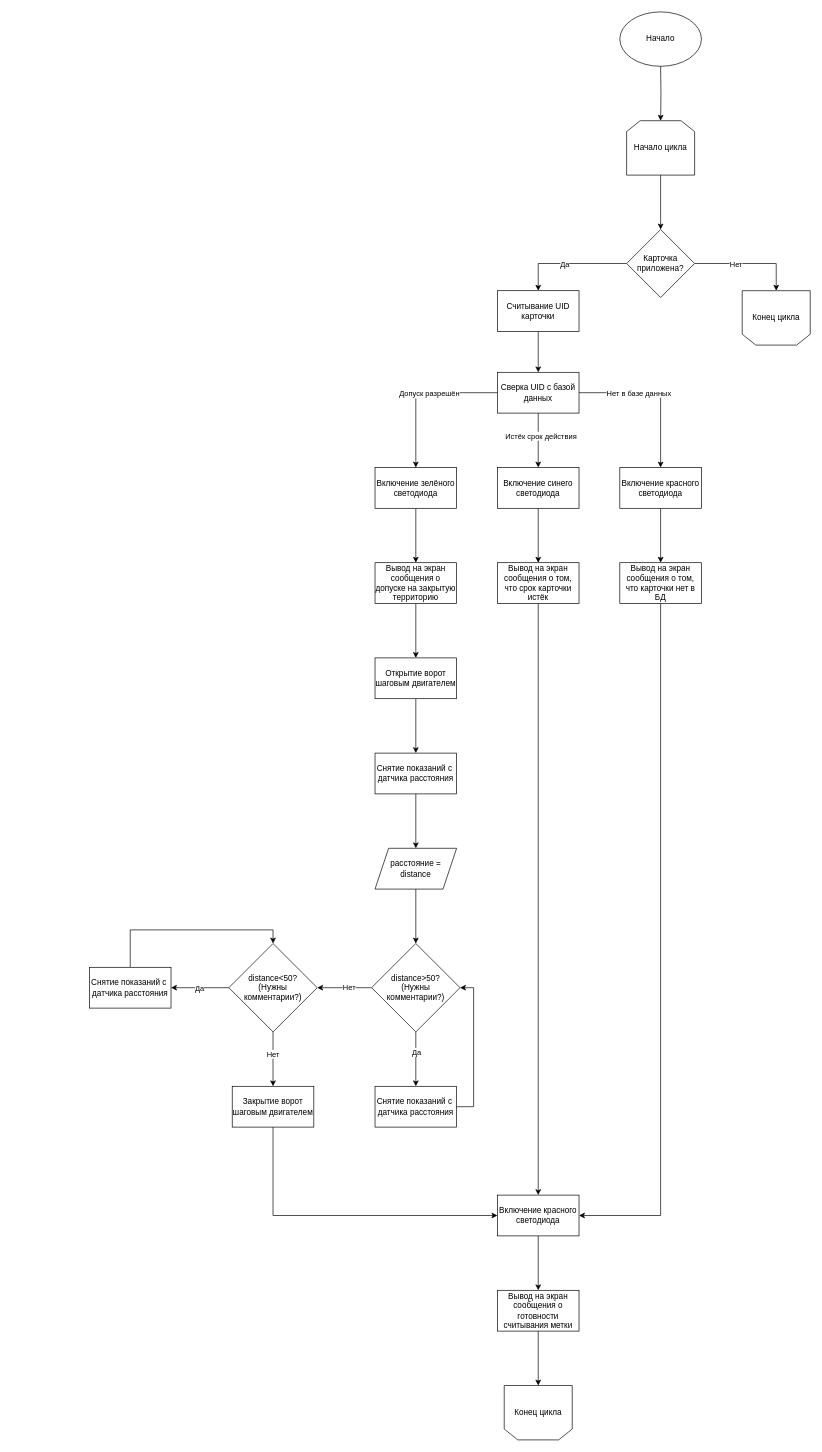
Before: Документация/Алгоритм работы разработанного программного обеспечения(ворота).drawio in Artepi2349/RFID, a draw.io diagram. Source tidied: cells renumbered, new cells numbered last; positions are measured from the earlier drawing's top-left corner, leaving out a move shared by most shapes. Both pictures are drawn from the tidied source at 68%, with x=0, y=0 at pixel (89, 12).
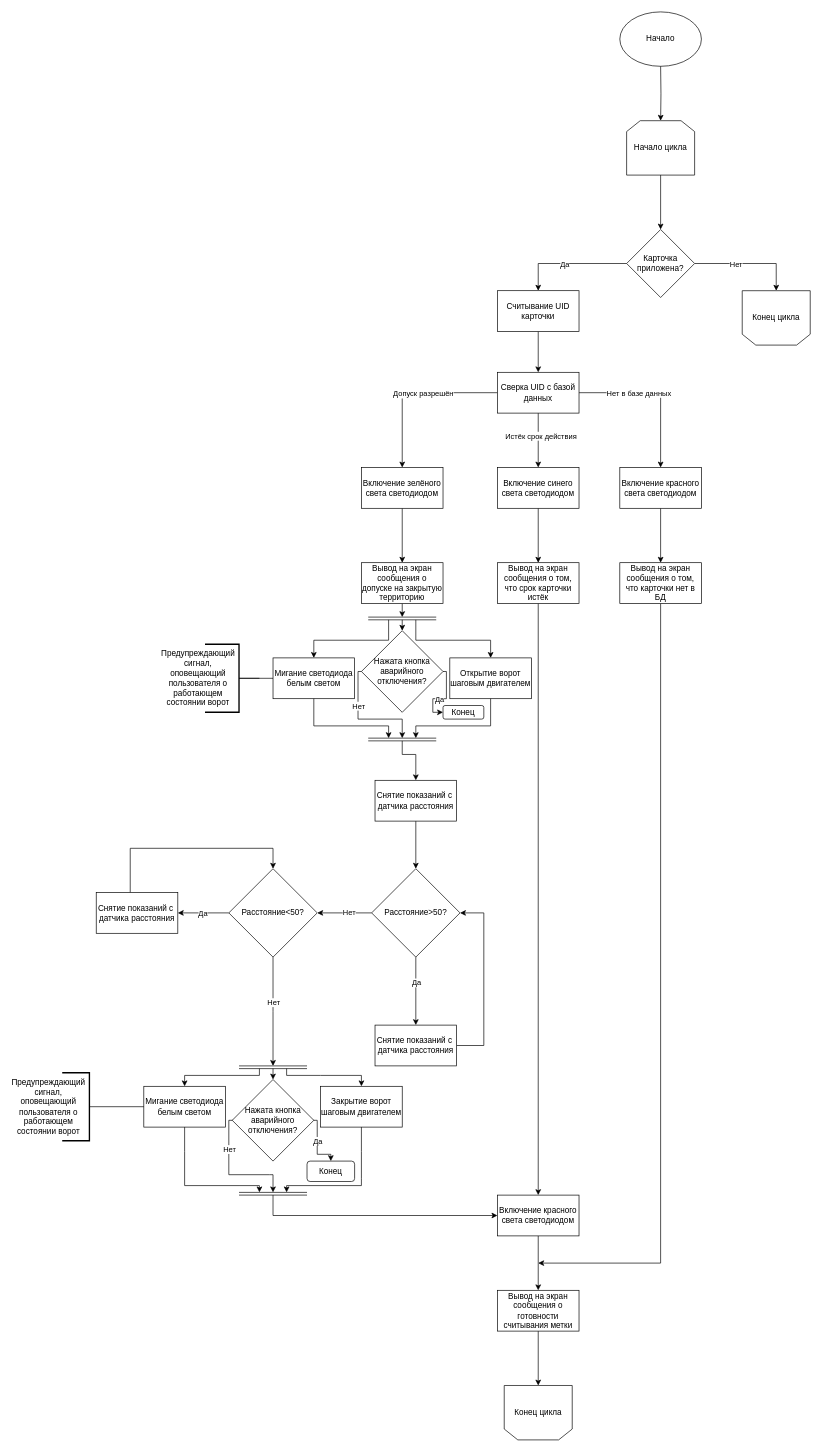
Above is the later version.

Unchanged cells that the change refers to:
```xml
<mxCell id="22" value="Вывод на экран сообщения о том, что карточки нет в БД" style="rounded=0;whiteSpace=wrap;html=1;" parent="1" vertex="1">
  <mxGeometry x="780" y="810" width="120" height="60" as="geometry" />
</mxCell>
```

What changed in the source:
```diff
@@
-    <mxCell id="21" style="edgeStyle=orthogonalEdgeStyle;rounded=0;jettySize=auto;html=1;entryX=1;entryY=0.5;entryDx=0;entryDy=0;" parent="1" edge="1" source="22" target="56">
+    <mxCell id="21" style="edgeStyle=orthogonalEdgeStyle;rounded=0;jettySize=auto;html=1;exitX=0.5;exitY=1;exitDx=0;exitDy=0;" parent="1" edge="1" source="22">
       <mxGeometry relative="1" as="geometry">
+        <mxPoint x="660" y="1840" as="targetPoint" />
         <Array as="points">
-          <mxPoint x="840" y="1770" />
+          <mxPoint x="840" y="1840" />
         </Array>
       </mxGeometry>
     </mxCell>
@@
-    <mxCell id="25" style="edgeStyle=orthogonalEdgeStyle;rounded=0;jettySize=auto;html=1;entryX=0.5;entryY=0;entryDx=0;entryDy=0;" parent="1" edge="1" source="26" target="34">
-      <mxGeometry relative="1" as="geometry" />
-    </mxCell>
+    <mxCell id="60" style="edgeStyle=orthogonalEdgeStyle;rounded=0;jettySize=auto;html=1;" parent="1" edge="1" source="26">
+      <mxGeometry relative="1" as="geometry">
+        <mxPoint x="460" y="890" as="targetPoint" />
+      </mxGeometry>
+    </mxCell>
     <mxCell id="26" value="Вывод на экран сообщения о допуске на закрытую территорию" style="rounded=0;whiteSpace=wrap;html=1;" parent="1" vertex="1">
-      <mxGeometry x="420" y="810" width="120" height="60" as="geometry" />
+      <mxGeometry x="400" y="810" width="120" height="60" as="geometry" />
     </mxCell>
@@
-    <mxCell id="28" value="Включение зелёного светодиода" style="rounded=0;whiteSpace=wrap;html=1;" parent="1" vertex="1">
-      <mxGeometry x="420" y="670" width="120" height="60" as="geometry" />
+    <mxCell id="28" value="Включение зелёного света светодиодом" style="rounded=0;whiteSpace=wrap;html=1;" parent="1" vertex="1">
+      <mxGeometry x="400" y="670" width="120" height="60" as="geometry" />
     </mxCell>
@@
-    <mxCell id="30" value="Включение красного светодиода" style="rounded=0;whiteSpace=wrap;html=1;" parent="1" vertex="1">
+    <mxCell id="30" value="Включение красного света светодиодом" style="rounded=0;whiteSpace=wrap;html=1;" parent="1" vertex="1">
       <mxGeometry x="780" y="670" width="120" height="60" as="geometry" />
     </mxCell>
@@
-    <mxCell id="32" value="Включение синего светодиода" style="rounded=0;whiteSpace=wrap;html=1;" parent="1" vertex="1">
+    <mxCell id="32" value="Включение синего света светодиодом" style="rounded=0;whiteSpace=wrap;html=1;" parent="1" vertex="1">
       <mxGeometry x="600" y="670" width="120" height="60" as="geometry" />
     </mxCell>
-    <mxCell id="33" style="edgeStyle=orthogonalEdgeStyle;rounded=0;jettySize=auto;html=1;entryX=0.5;entryY=0;entryDx=0;entryDy=0;" parent="1" edge="1" source="34" target="36">
-      <mxGeometry relative="1" as="geometry" />
-    </mxCell>
     <mxCell id="34" value="Открытие ворот шаговым двигателем" style="rounded=0;whiteSpace=wrap;html=1;" parent="1" vertex="1">
-      <mxGeometry x="420" y="950" width="120" height="60" as="geometry" />
+      <mxGeometry x="530" y="950" width="120" height="60" as="geometry" />
     </mxCell>
-    <mxCell id="35" style="edgeStyle=orthogonalEdgeStyle;rounded=0;jettySize=auto;html=1;entryX=0.5;entryY=0;entryDx=0;entryDy=0;" parent="1" edge="1" source="36" target="38">
-      <mxGeometry relative="1" as="geometry" />
-    </mxCell>
+    <mxCell id="61" style="edgeStyle=orthogonalEdgeStyle;rounded=0;jettySize=auto;html=1;" parent="1" edge="1" source="36" target="43">
+      <mxGeometry relative="1" as="geometry" />
+    </mxCell>
     <mxCell id="36" value="Снятие показаний с&amp;nbsp; датчика расстояния" style="rounded=0;whiteSpace=wrap;html=1;" parent="1" vertex="1">
-      <mxGeometry x="420" y="1090" width="120" height="60" as="geometry" />
+      <mxGeometry x="420" y="1130" width="120" height="60" as="geometry" />
     </mxCell>
-    <mxCell id="37" style="edgeStyle=orthogonalEdgeStyle;rounded=0;jettySize=auto;html=1;entryX=0.5;entryY=0;entryDx=0;entryDy=0;" parent="1" edge="1" source="38" target="43">
-      <mxGeometry relative="1" as="geometry" />
-    </mxCell>
-    <mxCell id="38" value="расстояние = distance" style="shape=parallelogram;perimeter=parallelogramPerimeter;whiteSpace=wrap;html=1;fixedSize=1;" parent="1" vertex="1">
-      <mxGeometry x="420" y="1230" width="120" height="60" as="geometry" />
-    </mxCell>
@@
-    <mxCell id="41" style="edgeStyle=orthogonalEdgeStyle;rounded=0;jettySize=auto;html=1;" parent="1" edge="1" source="43" target="50">
+    <mxCell id="41" style="edgeStyle=orthogonalEdgeStyle;rounded=0;jettySize=auto;html=1;exitX=0;exitY=0.5;exitDx=0;exitDy=0;entryX=1;entryY=0.5;entryDx=0;entryDy=0;" parent="1" edge="1" source="43" target="50">
       <mxGeometry relative="1" as="geometry">
         <Array as="points">
-          <mxPoint x="380" y="1435" />
-          <mxPoint x="380" y="1435" />
+          <mxPoint x="370" y="1325" />
+          <mxPoint x="370" y="1325" />
         </Array>
       </mxGeometry>
     </mxCell>
@@
-    <mxCell id="43" value="distance&amp;gt;50?&lt;div&gt;(Нужны комментарии?)&lt;/div&gt;" style="rhombus;whiteSpace=wrap;html=1;" parent="1" vertex="1">
-      <mxGeometry x="415" y="1370" width="130" height="130" as="geometry" />
+    <mxCell id="43" value="Расстояние&amp;gt;50?" style="rhombus;whiteSpace=wrap;html=1;" parent="1" vertex="1">
+      <mxGeometry x="415" y="1260" width="130" height="130" as="geometry" />
     </mxCell>
-    <mxCell id="44" style="edgeStyle=orthogonalEdgeStyle;rounded=0;jettySize=auto;html=1;entryX=1;entryY=0.5;entryDx=0;entryDy=0;" parent="1" edge="1" source="45" target="43">
+    <mxCell id="44" style="edgeStyle=orthogonalEdgeStyle;rounded=0;jettySize=auto;html=1;entryX=1;entryY=0.5;entryDx=0;entryDy=0;exitX=1;exitY=0.5;exitDx=0;exitDy=0;" parent="1" edge="1" source="45" target="43">
       <mxGeometry relative="1" as="geometry">
         <Array as="points">
-          <mxPoint x="565" y="1610" />
-          <mxPoint x="565" y="1435" />
+          <mxPoint x="580" y="1520" />
+          <mxPoint x="580" y="1325" />
         </Array>
       </mxGeometry>
     </mxCell>
     <mxCell id="45" value="Снятие показаний с&amp;nbsp; датчика расстояния" style="rounded=0;whiteSpace=wrap;html=1;" parent="1" vertex="1">
-      <mxGeometry x="420" y="1580" width="120" height="60" as="geometry" />
+      <mxGeometry x="420" y="1490" width="120" height="60" as="geometry" />
     </mxCell>
@@
-    <mxCell id="48" style="edgeStyle=orthogonalEdgeStyle;rounded=0;jettySize=auto;html=1;" parent="1" edge="1" source="50" target="54">
-      <mxGeometry relative="1" as="geometry" />
-    </mxCell>
-    <mxCell id="49" value="Нет" style="edgeLabel;html=1;align=center;verticalAlign=middle;" parent="48" vertex="1">
-      <mxGeometry x="-0.19" y="-1" relative="1" as="geometry" />
-    </mxCell>
+    <mxCell id="62" style="edgeStyle=orthogonalEdgeStyle;rounded=0;jettySize=auto;html=1;" parent="1" edge="1" source="50">
+      <mxGeometry relative="1" as="geometry">
+        <mxPoint x="270" y="1550" as="targetPoint" />
+      </mxGeometry>
+    </mxCell>
+    <mxCell id="63" value="Нет" style="edgeLabel;html=1;align=center;verticalAlign=middle;" parent="62" vertex="1">
+      <mxGeometry x="-0.18" relative="1" as="geometry" />
+    </mxCell>
-    <mxCell id="50" value="distance&amp;lt;50?&lt;div&gt;(Нужны комментарии?)&lt;/div&gt;" style="rhombus;whiteSpace=wrap;html=1;" parent="1" vertex="1">
-      <mxGeometry x="205" y="1370" width="130" height="130" as="geometry" />
+    <mxCell id="50" value="Расстояние&amp;lt;50?" style="rhombus;whiteSpace=wrap;html=1;" parent="1" vertex="1">
+      <mxGeometry x="205" y="1260" width="130" height="130" as="geometry" />
     </mxCell>
     <mxCell id="51" style="edgeStyle=orthogonalEdgeStyle;rounded=0;jettySize=auto;html=1;entryX=0.5;entryY=0;entryDx=0;entryDy=0;" parent="1" edge="1" source="52" target="50">
       <mxGeometry relative="1" as="geometry">
         <Array as="points">
-          <mxPoint x="60" y="1350" />
-          <mxPoint x="270" y="1350" />
+          <mxPoint x="60" y="1230" />
+          <mxPoint x="270" y="1230" />
         </Array>
       </mxGeometry>
     </mxCell>
     <mxCell id="52" value="Снятие показаний с&amp;nbsp; датчика расстояния" style="whiteSpace=wrap;html=1;" parent="1" vertex="1">
-      <mxGeometry y="1405" width="120" height="60" as="geometry" />
+      <mxGeometry x="10" y="1295" width="120" height="60" as="geometry" />
     </mxCell>
-    <mxCell id="53" style="edgeStyle=orthogonalEdgeStyle;rounded=0;jettySize=auto;html=1;entryX=0;entryY=0.5;entryDx=0;entryDy=0;" parent="1" edge="1" source="54" target="56">
-      <mxGeometry relative="1" as="geometry">
-        <Array as="points">
-          <mxPoint x="270" y="1770" />
-        </Array>
-      </mxGeometry>
-    </mxCell>
     <mxCell id="54" value="Закрытие ворот шаговым двигателем" style="rounded=0;whiteSpace=wrap;html=1;" parent="1" vertex="1">
-      <mxGeometry x="210" y="1580" width="120" height="60" as="geometry" />
+      <mxGeometry x="340" y="1580" width="120" height="60" as="geometry" />
     </mxCell>
@@
-    <mxCell id="56" value="Включение красного светодиода" style="rounded=0;whiteSpace=wrap;html=1;" parent="1" vertex="1">
+    <mxCell id="56" value="Включение красного света светодиодом" style="rounded=0;whiteSpace=wrap;html=1;" parent="1" vertex="1">
       <mxGeometry x="600" y="1740" width="120" height="60" as="geometry" />
     </mxCell>
@@
+    <mxCell id="64" value="Мигание светодиода белым светом" style="rounded=0;whiteSpace=wrap;html=1;" parent="1" vertex="1">
+      <mxGeometry x="270" y="950" width="120" height="60" as="geometry" />
+    </mxCell>
+    <mxCell id="65" style="endArrow=classic;html=1;rounded=0;entryX=0.5;entryY=0;entryDx=0;entryDy=0;" parent="1" edge="1" target="64">
+      <mxGeometry relative="1" as="geometry">
+        <mxPoint x="440" y="894" as="sourcePoint" />
+        <Array as="points">
+          <mxPoint x="440" y="924" />
+          <mxPoint x="330" y="924" />
+        </Array>
+      </mxGeometry>
+    </mxCell>
+    <mxCell id="66" style="endArrow=classic;html=1;rounded=0;entryX=0.5;entryY=0;entryDx=0;entryDy=0;" parent="1" edge="1" target="34">
+      <mxGeometry relative="1" as="geometry">
+        <mxPoint x="480" y="894" as="sourcePoint" />
+        <Array as="points">
+          <mxPoint x="480" y="924" />
+          <mxPoint x="590" y="924" />
+        </Array>
+      </mxGeometry>
+    </mxCell>
+    <mxCell id="67" style="endArrow=classic;html=1;rounded=0;" parent="1" edge="1">
+      <mxGeometry relative="1" as="geometry">
+        <mxPoint x="460" y="1072" as="sourcePoint" />
+        <mxPoint x="480" y="1130" as="targetPoint" />
+        <Array as="points">
+          <mxPoint x="460" y="1092" />
+          <mxPoint x="470" y="1092" />
+          <mxPoint x="480" y="1092" />
+        </Array>
+      </mxGeometry>
+    </mxCell>
+    <mxCell id="68" value="Предупреждающий сигнал, оповещающий пользователя о работающем состоянии ворот" style="text;html=1;align=center;verticalAlign=middle;whiteSpace=wrap;rounded=0;" parent="1" vertex="1">
+      <mxGeometry x="130" y="965" width="60" height="30" as="geometry" />
+    </mxCell>
+    <mxCell id="69" value="Мигание светодиода белым светом" style="rounded=0;whiteSpace=wrap;html=1;" parent="1" vertex="1">
+      <mxGeometry x="80" y="1580" width="120" height="60" as="geometry" />
+    </mxCell>
+    <mxCell id="70" style="endArrow=classic;html=1;rounded=0;entryX=0.5;entryY=0;entryDx=0;entryDy=0;" parent="1" edge="1" target="69">
+      <mxGeometry relative="1" as="geometry">
+        <mxPoint x="250" y="1554" as="sourcePoint" />
+        <Array as="points">
+          <mxPoint x="250" y="1564" />
+          <mxPoint x="140" y="1564" />
+        </Array>
+      </mxGeometry>
+    </mxCell>
+    <mxCell id="71" style="endArrow=classic;html=1;rounded=0;entryX=0.5;entryY=0;entryDx=0;entryDy=0;" parent="1" edge="1" target="54">
+      <mxGeometry relative="1" as="geometry">
+        <mxPoint x="290" y="1554" as="sourcePoint" />
+        <Array as="points">
+          <mxPoint x="290" y="1564" />
+          <mxPoint x="340" y="1564" />
+          <mxPoint x="400" y="1564" />
+        </Array>
+      </mxGeometry>
+    </mxCell>
+    <mxCell id="72" value="Предупреждающий сигнал, оповещающий пользователя о работающем состоянии ворот" style="text;html=1;align=center;verticalAlign=middle;whiteSpace=wrap;rounded=0;" parent="1" vertex="1">
+      <mxGeometry x="-90" y="1595" width="60" height="30" as="geometry" />
+    </mxCell>
+    <mxCell id="73" style="endArrow=classic;html=1;rounded=0;exitX=0.5;exitY=1;exitDx=0;exitDy=0;" parent="1" edge="1" source="69">
+      <mxGeometry relative="1" as="geometry">
+        <mxPoint x="250" y="1736" as="targetPoint" />
+        <Array as="points">
+          <mxPoint x="140" y="1676" />
+          <mxPoint x="140" y="1726" />
+          <mxPoint x="220" y="1726" />
+          <mxPoint x="250" y="1726" />
+        </Array>
+      </mxGeometry>
+    </mxCell>
+    <mxCell id="74" style="endArrow=classic;html=1;rounded=0;exitX=0.5;exitY=1;exitDx=0;exitDy=0;" parent="1" edge="1" source="54">
+      <mxGeometry relative="1" as="geometry">
+        <mxPoint x="290" y="1736" as="targetPoint" />
+        <Array as="points">
+          <mxPoint x="400" y="1676" />
+          <mxPoint x="400" y="1716" />
+          <mxPoint x="400" y="1726" />
+          <mxPoint x="370" y="1726" />
+          <mxPoint x="290" y="1726" />
+        </Array>
+      </mxGeometry>
+    </mxCell>
+    <mxCell id="75" style="endArrow=classic;html=1;rounded=0;entryX=0;entryY=0.5;entryDx=0;entryDy=0;" parent="1" edge="1" target="56">
+      <mxGeometry relative="1" as="geometry">
+        <mxPoint x="270" y="1740" as="sourcePoint" />
+        <Array as="points">
+          <mxPoint x="270" y="1770" />
+        </Array>
+      </mxGeometry>
+    </mxCell>
+    <mxCell id="76" style="strokeWidth=2;html=1;shape=mxgraph.flowchart.annotation_1;align=left;direction=west;" parent="1" vertex="1">
+      <mxGeometry x="-40" y="1560" width="40" height="100" as="geometry" />
+    </mxCell>
+    <mxCell id="77" style="endArrow=none;html=1;rounded=0;exitX=0;exitY=0.5;exitDx=0;exitDy=0;exitPerimeter=0;entryX=0;entryY=0.5;entryDx=0;entryDy=0;" parent="1" edge="1" source="76" target="69">
+      <mxGeometry relative="1" as="geometry" />
+    </mxCell>
+    <mxCell id="78" style="strokeWidth=2;html=1;shape=mxgraph.flowchart.annotation_1;align=left;direction=west;" parent="1" vertex="1">
+      <mxGeometry x="170" y="930" width="50" height="100" as="geometry" />
+    </mxCell>
+    <mxCell id="79" style="shape=link;html=1;rounded=0;" parent="1" edge="1">
+      <mxGeometry relative="1" as="geometry">
+        <mxPoint x="220" y="1738" as="sourcePoint" />
+        <mxPoint x="320" y="1738" as="targetPoint" />
+      </mxGeometry>
+    </mxCell>
+    <mxCell id="80" style="shape=link;html=1;rounded=0;" parent="1" edge="1">
+      <mxGeometry relative="1" as="geometry">
+        <mxPoint x="220" y="1552" as="sourcePoint" />
+        <mxPoint x="320" y="1552" as="targetPoint" />
+      </mxGeometry>
+    </mxCell>
+    <mxCell id="81" value="Конец" style="rounded=1;whiteSpace=wrap;html=1;" parent="1" vertex="1">
+      <mxGeometry x="320" y="1690" width="70" height="30" as="geometry" />
+    </mxCell>
+    <mxCell id="82" style="endArrow=classic;html=1;rounded=0;entryX=0.5;entryY=0;entryDx=0;entryDy=0;exitX=1;exitY=0.5;exitDx=0;exitDy=0;" parent="1" edge="1" target="81">
+      <mxGeometry relative="1" as="geometry">
+        <mxPoint x="325" y="1630" as="sourcePoint" />
+        <Array as="points">
+          <mxPoint x="335" y="1630" />
+          <mxPoint x="335" y="1680" />
+          <mxPoint x="355" y="1680" />
+        </Array>
+      </mxGeometry>
+    </mxCell>
+    <mxCell id="83" value="Да" style="edgeLabel;html=1;align=center;verticalAlign=middle;" parent="82" vertex="1">
+      <mxGeometry x="-0.43" y="1" relative="1" as="geometry">
+        <mxPoint x="-1" y="14" as="offset" />
+      </mxGeometry>
+    </mxCell>
+    <mxCell id="84" style="endArrow=classic;html=1;rounded=0;exitX=0;exitY=0.5;exitDx=0;exitDy=0;" parent="1" edge="1">
+      <mxGeometry relative="1" as="geometry">
+        <mxPoint x="215" y="1630" as="sourcePoint" />
+        <mxPoint x="270" y="1736" as="targetPoint" />
+        <Array as="points">
+          <mxPoint x="205" y="1630" />
+          <mxPoint x="205" y="1710" />
+          <mxPoint x="265" y="1710" />
+          <mxPoint x="270" y="1710" />
+        </Array>
+      </mxGeometry>
+    </mxCell>
+    <mxCell id="85" value="Нет" style="edgeLabel;html=1;align=center;verticalAlign=middle;" parent="84" vertex="1">
+      <mxGeometry x="-0.42" relative="1" as="geometry" />
+    </mxCell>
+    <mxCell id="86" value="Нажата кнопка аварийного отключения?" style="rhombus;whiteSpace=wrap;html=1;" parent="1" vertex="1">
+      <mxGeometry x="210" y="1570" width="120" height="120" as="geometry" />
+    </mxCell>
+    <mxCell id="87" style="endArrow=classic;html=1;rounded=0;entryX=0.5;entryY=0;entryDx=0;entryDy=0;" parent="1" edge="1" target="86">
+      <mxGeometry relative="1" as="geometry">
+        <mxPoint x="270" y="1554" as="sourcePoint" />
+      </mxGeometry>
+    </mxCell>
+    <mxCell id="88" style="endArrow=none;html=1;rounded=0;" parent="1" edge="1">
+      <mxGeometry relative="1" as="geometry">
+        <mxPoint x="250" y="980" as="sourcePoint" />
+        <mxPoint x="270" y="980" as="targetPoint" />
+        <Array as="points">
+          <mxPoint x="220" y="980" />
+        </Array>
+      </mxGeometry>
+    </mxCell>
+    <mxCell id="89" style="shape=link;html=1;rounded=0;" parent="1" edge="1">
+      <mxGeometry relative="1" as="geometry">
+        <mxPoint x="410" y="892" as="sourcePoint" />
+        <mxPoint x="510" y="892" as="targetPoint" />
+      </mxGeometry>
+    </mxCell>
+    <mxCell id="90" style="shape=link;html=1;rounded=0;" parent="1" edge="1">
+      <mxGeometry relative="1" as="geometry">
+        <mxPoint x="410" y="1070" as="sourcePoint" />
+        <mxPoint x="510" y="1070" as="targetPoint" />
+      </mxGeometry>
+    </mxCell>
+    <mxCell id="91" value="Нажата кнопка аварийного отключения?" style="rhombus;whiteSpace=wrap;html=1;" parent="1" vertex="1">
+      <mxGeometry x="400" y="910" width="120" height="120" as="geometry" />
+    </mxCell>
+    <mxCell id="92" style="endArrow=classic;html=1;rounded=0;" parent="1" edge="1">
+      <mxGeometry relative="1" as="geometry">
+        <mxPoint x="590" y="1010" as="sourcePoint" />
+        <mxPoint x="480" y="1068" as="targetPoint" />
+        <Array as="points">
+          <mxPoint x="590" y="1050" />
+          <mxPoint x="480" y="1050" />
+        </Array>
+      </mxGeometry>
+    </mxCell>
+    <mxCell id="93" style="endArrow=classic;html=1;rounded=0;exitX=0.5;exitY=1;exitDx=0;exitDy=0;" parent="1" edge="1" source="64">
+      <mxGeometry relative="1" as="geometry">
+        <mxPoint x="440" y="1068" as="targetPoint" />
+        <Array as="points">
+          <mxPoint x="330" y="1050" />
+          <mxPoint x="440" y="1050" />
+        </Array>
+      </mxGeometry>
+    </mxCell>
+    <mxCell id="94" style="endArrow=classic;html=1;rounded=0;" parent="1" edge="1">
+      <mxGeometry relative="1" as="geometry">
+        <mxPoint x="400" y="970" as="sourcePoint" />
+        <mxPoint x="460" y="1068" as="targetPoint" />
+        <Array as="points">
+          <mxPoint x="395" y="970" />
+          <mxPoint x="395" y="1040" />
+          <mxPoint x="460" y="1040" />
+        </Array>
+      </mxGeometry>
+    </mxCell>
+    <mxCell id="95" value="Нет" style="edgeLabel;html=1;align=center;verticalAlign=middle;" parent="94" vertex="1">
+      <mxGeometry x="-0.34" relative="1" as="geometry" />
+    </mxCell>
+    <mxCell id="96" value="Конец" style="rounded=1;whiteSpace=wrap;html=1;" parent="1" vertex="1">
+      <mxGeometry x="520" y="1020" width="60" height="20" as="geometry" />
+    </mxCell>
+    <mxCell id="97" style="endArrow=classic;html=1;rounded=0;entryX=0;entryY=0.5;entryDx=0;entryDy=0;" parent="1" edge="1" target="96">
+      <mxGeometry relative="1" as="geometry">
+        <mxPoint x="520" y="970" as="sourcePoint" />
+        <Array as="points">
+          <mxPoint x="525" y="970" />
+          <mxPoint x="525" y="1010" />
+          <mxPoint x="505" y="1010" />
+          <mxPoint x="505" y="1030" />
+        </Array>
+      </mxGeometry>
+    </mxCell>
+    <mxCell id="98" value="Да" style="edgeLabel;html=1;align=center;verticalAlign=middle;" parent="97" vertex="1">
+      <mxGeometry x="0.13" relative="1" as="geometry" />
+    </mxCell>
+    <mxCell id="99" style="endArrow=classic;html=1;rounded=0;" parent="1" edge="1">
+      <mxGeometry relative="1" as="geometry">
+        <mxPoint x="460" y="894" as="sourcePoint" />
+        <mxPoint x="460" y="910" as="targetPoint" />
+      </mxGeometry>
+    </mxCell>
```
